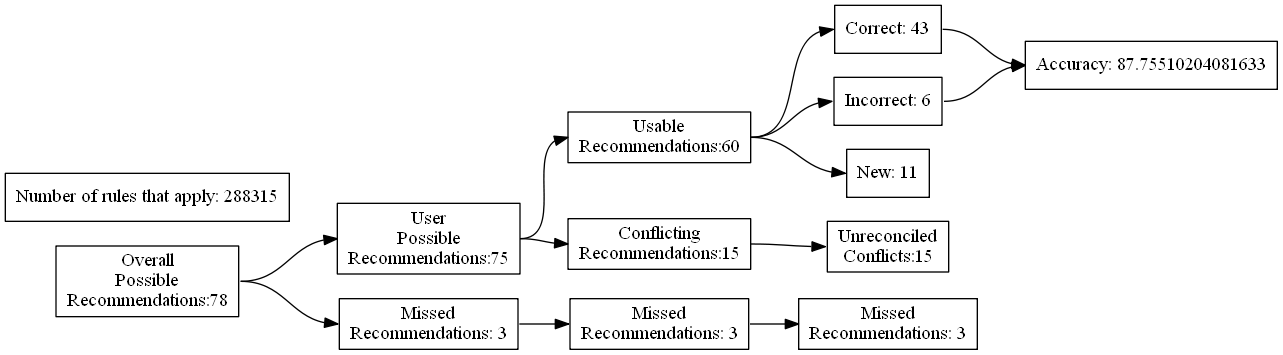
The Graphviz diagram test_renders/25.gv.png in ZaxR/ibd_diet_analysis, before a commit. Its source is kept beside it as test_renders/25.gv.
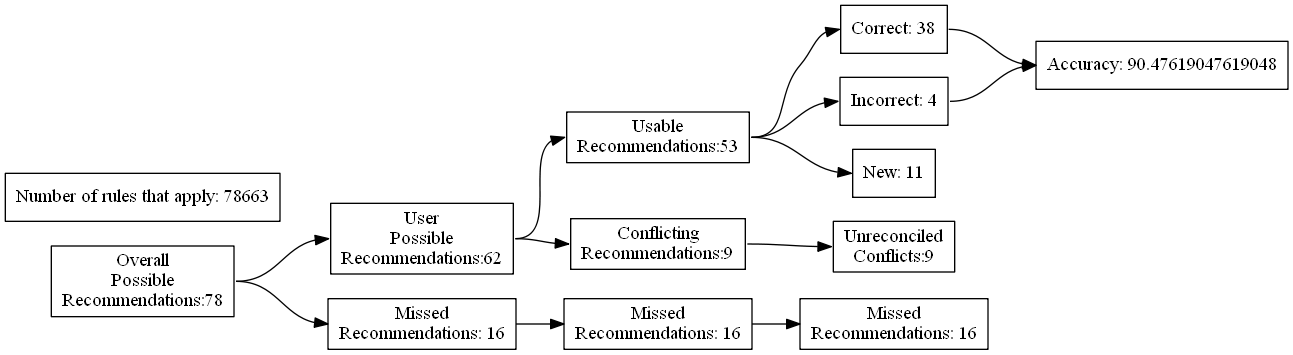
Later version of the same file.

Change to the diagram source:
```diff
@@ -7,24 +7,24 @@
 Recommendations:78"]
 		B [label="User
 Possible
-Recommendations:75"]
+Recommendations:62"]
 		C [label="Missed
-Recommendations: 3"]
+Recommendations: 16"]
 		D [label="Usable
-Recommendations:60"]
+Recommendations:53"]
 		E [label="Conflicting
-Recommendations:15"]
+Recommendations:9"]
 		J [label="Missed
-Recommendations: 3"]
+Recommendations: 16"]
 		M [label="Unreconciled
-Conflicts:15"]
-		F [label="Correct: 43"]
-		G [label="Incorrect: 6"]
+Conflicts:9"]
+		F [label="Correct: 38"]
+		G [label="Incorrect: 4"]
 		H [label="New: 11"]
 		K [label="Missed
-Recommendations: 3"]
-		I [label="Accuracy: 87.75510204081633"]
-		l [label="Number of rules that apply: 288315"]
+Recommendations: 16"]
+		I [label="Accuracy: 90.47619047619048"]
+		l [label="Number of rules that apply: 78663"]
 			A -> B
 			A -> C
 			B -> D
```
